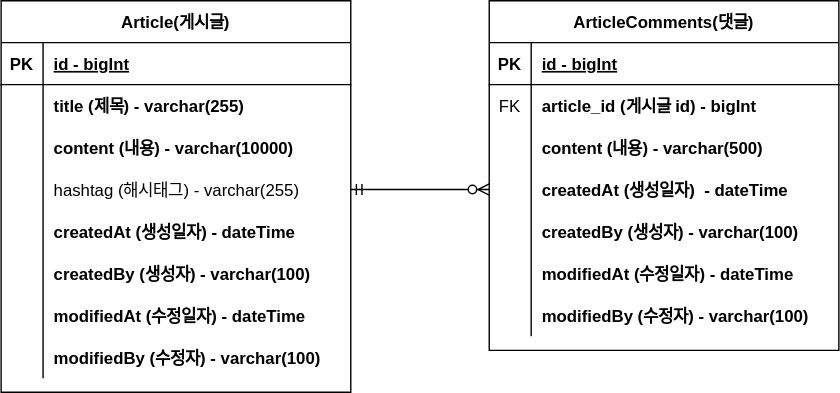
This is document/project-board-erd.svg from jerry3269/board, a draw.io export, as it was before one commit. Source tidied: cells renumbered, new cells last; positions are measured from the earlier drawing's top-left corner, leaving out a move shared by most shapes.
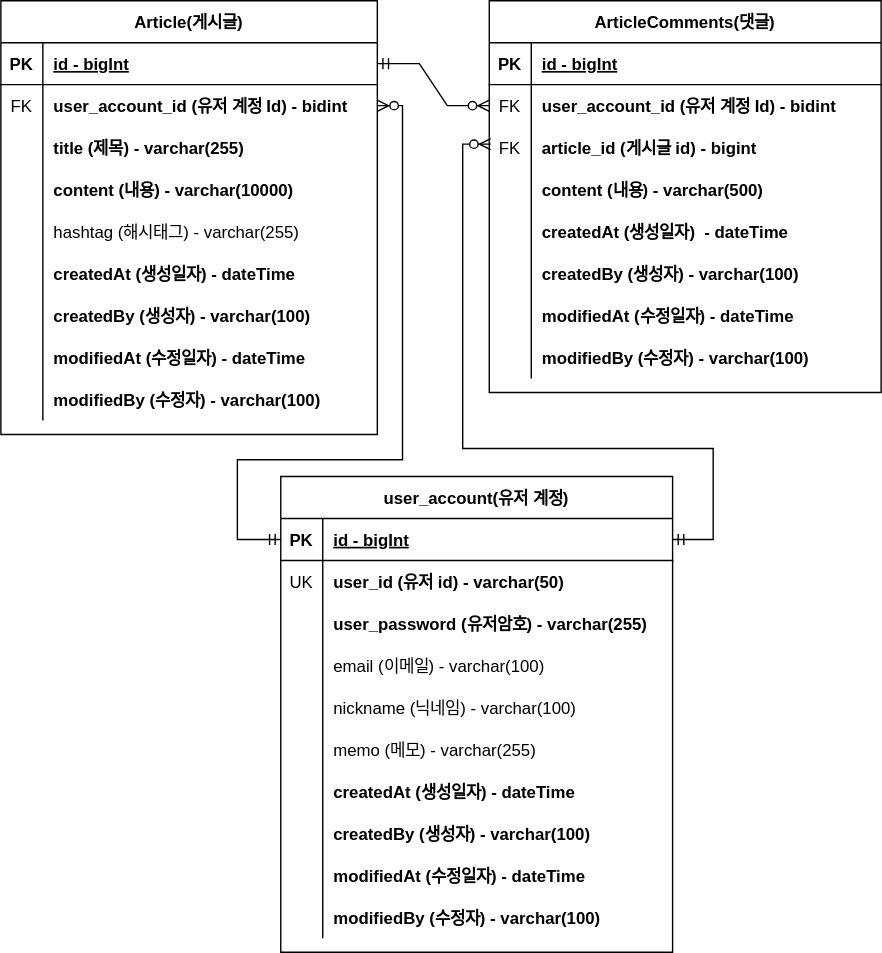
After the commit.

Commit message:
#18 - ERD 업데이트: user-account 추가

Change to the diagram source:
```diff
@@ -5,6 +5,6 @@
     <mxCell id="2" value="Article(게시글)" style="shape=table;startSize=30;rowLines=0;fontStyle=1;align=center;" parent="1" vertex="1">
-      <mxGeometry width="250" height="280" as="geometry" />
+      <mxGeometry width="269" height="310" as="geometry" />
     </mxCell>
     <mxCell id="3" style="shape=partialRectangle;fillColor=none;points=[[0,0.5],[1,0.5]];portConstraint=eastwest;top=0;left=0;right=0;bottom=1;fontStyle=1;" parent="2" vertex="1">
-      <mxGeometry y="30" width="250" height="30" as="geometry" />
+      <mxGeometry y="30" width="269" height="30" as="geometry" />
     </mxCell>
@@ -14,15 +14,24 @@
     <mxCell id="5" value="id - bigInt" style="shape=partialRectangle;overflow=hidden;fillColor=none;top=0;left=0;bottom=0;right=0;align=left;spacingLeft=6;fontStyle=5;" parent="3" vertex="1">
-      <mxGeometry x="30" width="220" height="30" as="geometry" />
+      <mxGeometry x="30" width="239" height="30" as="geometry" />
     </mxCell>
     <mxCell id="6" style="shape=partialRectangle;fillColor=none;top=0;left=0;right=0;bottom=0;fontStyle=1;" parent="2" vertex="1">
-      <mxGeometry y="60" width="250" height="30" as="geometry" />
+      <mxGeometry y="60" width="269" height="30" as="geometry" />
     </mxCell>
-    <mxCell id="7" style="shape=partialRectangle;overflow=hidden;fillColor=none;top=0;left=0;bottom=0;right=0;fontStyle=1;" parent="6" vertex="1">
+    <mxCell id="7" value="FK" style="shape=partialRectangle;overflow=hidden;fillColor=none;top=0;left=0;bottom=0;right=0;fontStyle=0;" parent="6" vertex="1">
       <mxGeometry width="30" height="30" as="geometry" />
     </mxCell>
-    <mxCell id="8" value="title (제목) - varchar(255)" style="shape=partialRectangle;overflow=hidden;fillColor=none;top=0;left=0;bottom=0;right=0;align=left;spacingLeft=6;fontStyle=1;" parent="6" vertex="1">
-      <mxGeometry x="30" width="220" height="30" as="geometry" />
+    <mxCell id="8" value="user_account_id (유저 계정 Id) - bidint" style="shape=partialRectangle;overflow=hidden;fillColor=none;top=0;left=0;bottom=0;right=0;align=left;spacingLeft=6;fontStyle=1;" parent="6" vertex="1">
+      <mxGeometry x="30" width="239" height="30" as="geometry" />
     </mxCell>
+    <mxCell id="50" style="shape=partialRectangle;fillColor=none;top=0;left=0;right=0;bottom=0;fontStyle=1;" parent="2" vertex="1">
+      <mxGeometry y="90" width="269" height="30" as="geometry" />
+    </mxCell>
+    <mxCell id="51" style="shape=partialRectangle;overflow=hidden;fillColor=none;top=0;left=0;bottom=0;right=0;fontStyle=1;" parent="50" vertex="1">
+      <mxGeometry width="30" height="30" as="geometry" />
+    </mxCell>
+    <mxCell id="52" value="title (제목) - varchar(255)" style="shape=partialRectangle;overflow=hidden;fillColor=none;top=0;left=0;bottom=0;right=0;align=left;spacingLeft=6;fontStyle=1;" parent="50" vertex="1">
+      <mxGeometry x="30" width="239" height="30" as="geometry" />
+    </mxCell>
     <mxCell id="9" style="shape=partialRectangle;fillColor=none;top=0;left=0;right=0;bottom=0;fontStyle=1;" parent="2" vertex="1">
-      <mxGeometry y="90" width="250" height="30" as="geometry" />
+      <mxGeometry y="120" width="269" height="30" as="geometry" />
     </mxCell>
@@ -32,6 +41,6 @@
     <mxCell id="11" value="content (내용) - varchar(10000)" style="shape=partialRectangle;overflow=hidden;fillColor=none;top=0;left=0;bottom=0;right=0;align=left;spacingLeft=6;fontStyle=1;" parent="9" vertex="1">
-      <mxGeometry x="30" width="220" height="30" as="geometry" />
+      <mxGeometry x="30" width="239" height="30" as="geometry" />
     </mxCell>
     <mxCell id="12" style="shape=partialRectangle;fillColor=none;points=[[0,0.5],[1,0.5]];portConstraint=eastwest;top=0;left=0;right=0;bottom=0;fontStyle=1;" parent="2" vertex="1">
-      <mxGeometry y="120" width="250" height="30" as="geometry" />
+      <mxGeometry y="150" width="269" height="30" as="geometry" />
     </mxCell>
@@ -41,6 +50,6 @@
     <mxCell id="14" value="hashtag (해시태그) - varchar(255)" style="shape=partialRectangle;overflow=hidden;fillColor=none;top=0;left=0;bottom=0;right=0;align=left;spacingLeft=6;fontStyle=0;" parent="12" vertex="1">
-      <mxGeometry x="30" width="220" height="30" as="geometry" />
+      <mxGeometry x="30" width="239" height="30" as="geometry" />
     </mxCell>
     <mxCell id="15" style="shape=partialRectangle;fillColor=none;top=0;left=0;right=0;bottom=0;fontStyle=1;" parent="2" vertex="1">
-      <mxGeometry y="150" width="250" height="30" as="geometry" />
+      <mxGeometry y="180" width="269" height="30" as="geometry" />
     </mxCell>
@@ -50,6 +59,6 @@
     <mxCell id="17" value="createdAt (생성일자) - dateTime" style="shape=partialRectangle;overflow=hidden;fillColor=none;top=0;left=0;bottom=0;right=0;align=left;spacingLeft=6;fontStyle=1;" parent="15" vertex="1">
-      <mxGeometry x="30" width="220" height="30" as="geometry" />
+      <mxGeometry x="30" width="239" height="30" as="geometry" />
     </mxCell>
     <mxCell id="18" style="shape=partialRectangle;fillColor=none;top=0;left=0;right=0;bottom=0;fontStyle=1;" parent="2" vertex="1">
-      <mxGeometry y="180" width="250" height="30" as="geometry" />
+      <mxGeometry y="210" width="269" height="30" as="geometry" />
     </mxCell>
@@ -59,6 +68,6 @@
     <mxCell id="20" value="createdBy (생성자) - varchar(100)" style="shape=partialRectangle;overflow=hidden;fillColor=none;top=0;left=0;bottom=0;right=0;align=left;spacingLeft=6;fontStyle=1;" parent="18" vertex="1">
-      <mxGeometry x="30" width="220" height="30" as="geometry" />
+      <mxGeometry x="30" width="239" height="30" as="geometry" />
     </mxCell>
     <mxCell id="21" style="shape=partialRectangle;fillColor=none;top=0;left=0;right=0;bottom=0;fontStyle=1;" parent="2" vertex="1">
-      <mxGeometry y="210" width="250" height="30" as="geometry" />
+      <mxGeometry y="240" width="269" height="30" as="geometry" />
     </mxCell>
@@ -68,6 +77,6 @@
     <mxCell id="23" value="modifiedAt (수정일자) - dateTime" style="shape=partialRectangle;overflow=hidden;fillColor=none;top=0;left=0;bottom=0;right=0;align=left;spacingLeft=6;fontStyle=1;" parent="21" vertex="1">
-      <mxGeometry x="30" width="220" height="30" as="geometry" />
+      <mxGeometry x="30" width="239" height="30" as="geometry" />
     </mxCell>
     <mxCell id="24" style="shape=partialRectangle;fillColor=none;top=0;left=0;right=0;bottom=0;fontStyle=1;" parent="2" vertex="1">
-      <mxGeometry y="240" width="250" height="30" as="geometry" />
+      <mxGeometry y="270" width="269" height="30" as="geometry" />
     </mxCell>
@@ -77,9 +86,9 @@
     <mxCell id="26" value="modifiedBy (수정자) - varchar(100)" style="shape=partialRectangle;overflow=hidden;fillColor=none;top=0;left=0;bottom=0;right=0;align=left;spacingLeft=6;fontStyle=1;" parent="24" vertex="1">
-      <mxGeometry x="30" width="220" height="30" as="geometry" />
+      <mxGeometry x="30" width="239" height="30" as="geometry" />
     </mxCell>
     <mxCell id="27" value="ArticleComments(댓글)" style="shape=table;startSize=30;rowLines=0;fontStyle=1;align=center;" parent="1" vertex="1">
-      <mxGeometry x="349" width="250" height="250" as="geometry" />
+      <mxGeometry x="349" width="280" height="280" as="geometry" />
     </mxCell>
     <mxCell id="28" style="shape=partialRectangle;fillColor=none;top=0;left=0;right=0;bottom=1;fontStyle=1;" parent="27" vertex="1">
-      <mxGeometry y="30" width="250" height="30" as="geometry" />
+      <mxGeometry y="30" width="280" height="30" as="geometry" />
     </mxCell>
@@ -89,6 +98,6 @@
     <mxCell id="30" value="id - bigInt" style="shape=partialRectangle;overflow=hidden;fillColor=none;top=0;left=0;bottom=0;right=0;align=left;spacingLeft=6;fontStyle=5;" parent="28" vertex="1">
-      <mxGeometry x="30" width="220" height="30" as="geometry" />
+      <mxGeometry x="30" width="250" height="30" as="geometry" />
     </mxCell>
     <mxCell id="31" style="shape=partialRectangle;fillColor=none;points=[[0,0.5],[1,0.5]];portConstraint=eastwest;top=0;left=0;right=0;bottom=0;fontStyle=1;" parent="27" vertex="1">
-      <mxGeometry y="60" width="250" height="30" as="geometry" />
+      <mxGeometry y="60" width="280" height="30" as="geometry" />
     </mxCell>
@@ -97,7 +106,16 @@
     </mxCell>
-    <mxCell id="33" value="article_id (게시글 id) - bigInt" style="shape=partialRectangle;overflow=hidden;fillColor=none;top=0;left=0;bottom=0;right=0;align=left;spacingLeft=6;fontStyle=1;" parent="31" vertex="1">
-      <mxGeometry x="30" width="220" height="30" as="geometry" />
+    <mxCell id="33" value="user_account_id (유저 계정 Id) - bidint" style="shape=partialRectangle;overflow=hidden;fillColor=none;top=0;left=0;bottom=0;right=0;align=left;spacingLeft=6;fontStyle=1;" parent="31" vertex="1">
+      <mxGeometry x="30" width="250" height="30" as="geometry" />
     </mxCell>
+    <mxCell id="53" style="shape=partialRectangle;fillColor=none;top=0;left=0;right=0;bottom=0;fontStyle=1;" parent="27" vertex="1">
+      <mxGeometry y="90" width="280" height="30" as="geometry" />
+    </mxCell>
+    <mxCell id="54" value="FK" style="shape=partialRectangle;overflow=hidden;fillColor=none;top=0;left=0;bottom=0;right=0;fontStyle=0;" parent="53" vertex="1">
+      <mxGeometry width="30" height="30" as="geometry" />
+    </mxCell>
+    <mxCell id="55" value="article_id (게시글 id) - bigint" style="shape=partialRectangle;overflow=hidden;fillColor=none;top=0;left=0;bottom=0;right=0;align=left;spacingLeft=6;fontStyle=1;" parent="53" vertex="1">
+      <mxGeometry x="30" width="250" height="30" as="geometry" />
+    </mxCell>
     <mxCell id="34" style="shape=partialRectangle;fillColor=none;top=0;left=0;right=0;bottom=0;fontStyle=1;" parent="27" vertex="1">
-      <mxGeometry y="90" width="250" height="30" as="geometry" />
+      <mxGeometry y="120" width="280" height="30" as="geometry" />
     </mxCell>
@@ -107,6 +125,6 @@
     <mxCell id="36" value="content (내용) - varchar(500)" style="shape=partialRectangle;overflow=hidden;fillColor=none;top=0;left=0;bottom=0;right=0;align=left;spacingLeft=6;fontStyle=1;" parent="34" vertex="1">
-      <mxGeometry x="30" width="220" height="30" as="geometry" />
+      <mxGeometry x="30" width="250" height="30" as="geometry" />
     </mxCell>
     <mxCell id="37" style="shape=partialRectangle;fillColor=none;points=[[0,0.5],[1,0.5]];portConstraint=eastwest;top=0;left=0;right=0;bottom=0;fontStyle=1;" parent="27" vertex="1">
-      <mxGeometry y="120" width="250" height="30" as="geometry" />
+      <mxGeometry y="150" width="280" height="30" as="geometry" />
     </mxCell>
@@ -116,6 +134,6 @@
     <mxCell id="39" value="createdAt (생성일자)  - dateTime" style="shape=partialRectangle;overflow=hidden;fillColor=none;top=0;left=0;bottom=0;right=0;align=left;spacingLeft=6;fontStyle=1;" parent="37" vertex="1">
-      <mxGeometry x="30" width="220" height="30" as="geometry" />
+      <mxGeometry x="30" width="250" height="30" as="geometry" />
     </mxCell>
     <mxCell id="40" style="shape=partialRectangle;fillColor=none;top=0;left=0;right=0;bottom=0;fontStyle=1;" parent="27" vertex="1">
-      <mxGeometry y="150" width="250" height="30" as="geometry" />
+      <mxGeometry y="180" width="280" height="30" as="geometry" />
     </mxCell>
@@ -125,6 +143,6 @@
     <mxCell id="42" value="createdBy (생성자) - varchar(100)" style="shape=partialRectangle;overflow=hidden;fillColor=none;top=0;left=0;bottom=0;right=0;align=left;spacingLeft=6;fontStyle=1;" parent="40" vertex="1">
-      <mxGeometry x="30" width="220" height="30" as="geometry" />
+      <mxGeometry x="30" width="250" height="30" as="geometry" />
     </mxCell>
     <mxCell id="43" style="shape=partialRectangle;fillColor=none;top=0;left=0;right=0;bottom=0;fontStyle=1;" parent="27" vertex="1">
-      <mxGeometry y="180" width="250" height="30" as="geometry" />
+      <mxGeometry y="210" width="280" height="30" as="geometry" />
     </mxCell>
@@ -134,6 +152,6 @@
     <mxCell id="45" value="modifiedAt (수정일자) - dateTime" style="shape=partialRectangle;overflow=hidden;fillColor=none;top=0;left=0;bottom=0;right=0;align=left;spacingLeft=6;fontStyle=1;" parent="43" vertex="1">
-      <mxGeometry x="30" width="220" height="30" as="geometry" />
+      <mxGeometry x="30" width="250" height="30" as="geometry" />
     </mxCell>
     <mxCell id="46" style="shape=partialRectangle;fillColor=none;top=0;left=0;right=0;bottom=0;fontStyle=1;" parent="27" vertex="1">
-      <mxGeometry y="210" width="250" height="30" as="geometry" />
+      <mxGeometry y="240" width="280" height="30" as="geometry" />
     </mxCell>
@@ -143,5 +161,5 @@
     <mxCell id="48" value="modifiedBy (수정자) - varchar(100)" style="shape=partialRectangle;overflow=hidden;fillColor=none;top=0;left=0;bottom=0;right=0;align=left;spacingLeft=6;fontStyle=1;" parent="46" vertex="1">
-      <mxGeometry x="30" width="220" height="30" as="geometry" />
+      <mxGeometry x="30" width="250" height="30" as="geometry" />
     </mxCell>
-    <mxCell id="49" style="edgeStyle=entityRelationEdgeStyle;fontSize=12;html=1;endArrow=ERzeroToMany;startArrow=ERmandOne;rounded=0;exitX=1;exitY=0.5;exitDx=0;exitDy=0;entryX=0;entryY=0.5;entryDx=0;entryDy=0;" parent="1" edge="1" source="12" target="37">
+    <mxCell id="49" style="edgeStyle=entityRelationEdgeStyle;fontSize=12;html=1;endArrow=ERzeroToMany;startArrow=ERmandOne;rounded=0;exitX=1;exitY=0.5;exitDx=0;exitDy=0;entryX=0;entryY=0.5;entryDx=0;entryDy=0;" parent="1" edge="1" source="3" target="31">
       <mxGeometry relative="1" as="geometry">
@@ -152,2 +170,117 @@
     </mxCell>
+    <mxCell id="56" value="user_account(유저 계정)" style="shape=table;startSize=30;rowLines=0;fontStyle=1;align=center;" parent="1" vertex="1">
+      <mxGeometry x="200" y="340" width="280" height="340" as="geometry" />
+    </mxCell>
+    <mxCell id="57" style="shape=partialRectangle;fillColor=none;points=[[0,0.5],[1,0.5]];portConstraint=eastwest;top=0;left=0;right=0;bottom=1;fontStyle=1;" parent="56" vertex="1">
+      <mxGeometry y="30" width="280" height="30" as="geometry" />
+    </mxCell>
+    <mxCell id="58" value="PK" style="shape=partialRectangle;overflow=hidden;fillColor=none;top=0;left=0;bottom=0;right=0;fontStyle=1;" parent="57" vertex="1">
+      <mxGeometry width="30" height="30" as="geometry" />
+    </mxCell>
+    <mxCell id="59" value="id - bigInt" style="shape=partialRectangle;overflow=hidden;fillColor=none;top=0;left=0;bottom=0;right=0;align=left;spacingLeft=6;fontStyle=5;" parent="57" vertex="1">
+      <mxGeometry x="30" width="250" height="30" as="geometry" />
+    </mxCell>
+    <mxCell id="60" style="shape=partialRectangle;fillColor=none;top=0;left=0;right=0;bottom=0;fontStyle=1;" parent="56" vertex="1">
+      <mxGeometry y="60" width="280" height="30" as="geometry" />
+    </mxCell>
+    <mxCell id="61" value="UK" style="shape=partialRectangle;overflow=hidden;fillColor=none;top=0;left=0;bottom=0;right=0;fontStyle=0;" parent="60" vertex="1">
+      <mxGeometry width="30" height="30" as="geometry" />
+    </mxCell>
+    <mxCell id="62" value="user_id (유저 id) - varchar(50)" style="shape=partialRectangle;overflow=hidden;fillColor=none;top=0;left=0;bottom=0;right=0;align=left;spacingLeft=6;fontStyle=1;" parent="60" vertex="1">
+      <mxGeometry x="30" width="250" height="30" as="geometry" />
+    </mxCell>
+    <mxCell id="63" style="shape=partialRectangle;fillColor=none;top=0;left=0;right=0;bottom=0;fontStyle=1;" parent="56" vertex="1">
+      <mxGeometry y="90" width="280" height="30" as="geometry" />
+    </mxCell>
+    <mxCell id="64" style="shape=partialRectangle;overflow=hidden;fillColor=none;top=0;left=0;bottom=0;right=0;fontStyle=1;" parent="63" vertex="1">
+      <mxGeometry width="30" height="30" as="geometry" />
+    </mxCell>
+    <mxCell id="65" value="user_password (유저암호) - varchar(255)" style="shape=partialRectangle;overflow=hidden;fillColor=none;top=0;left=0;bottom=0;right=0;align=left;spacingLeft=6;fontStyle=1;" parent="63" vertex="1">
+      <mxGeometry x="30" width="250" height="30" as="geometry" />
+    </mxCell>
+    <mxCell id="66" style="shape=partialRectangle;fillColor=none;top=0;left=0;right=0;bottom=0;fontStyle=1;" parent="56" vertex="1">
+      <mxGeometry y="120" width="280" height="30" as="geometry" />
+    </mxCell>
+    <mxCell id="67" style="shape=partialRectangle;overflow=hidden;fillColor=none;top=0;left=0;bottom=0;right=0;fontStyle=1;" parent="66" vertex="1">
+      <mxGeometry width="30" height="30" as="geometry" />
+    </mxCell>
+    <mxCell id="68" value="email (이메일) - varchar(100)" style="shape=partialRectangle;overflow=hidden;fillColor=none;top=0;left=0;bottom=0;right=0;align=left;spacingLeft=6;fontStyle=0;" parent="66" vertex="1">
+      <mxGeometry x="30" width="250" height="30" as="geometry" />
+    </mxCell>
+    <mxCell id="69" style="shape=partialRectangle;fillColor=none;top=0;left=0;right=0;bottom=0;fontStyle=1;" parent="56" vertex="1">
+      <mxGeometry y="150" width="280" height="30" as="geometry" />
+    </mxCell>
+    <mxCell id="70" style="shape=partialRectangle;overflow=hidden;fillColor=none;top=0;left=0;bottom=0;right=0;fontStyle=1;" parent="69" vertex="1">
+      <mxGeometry width="30" height="30" as="geometry" />
+    </mxCell>
+    <mxCell id="71" value="nickname (닉네임) - varchar(100)" style="shape=partialRectangle;overflow=hidden;fillColor=none;top=0;left=0;bottom=0;right=0;align=left;spacingLeft=6;fontStyle=0;" parent="69" vertex="1">
+      <mxGeometry x="30" width="250" height="30" as="geometry" />
+    </mxCell>
+    <mxCell id="72" style="shape=partialRectangle;fillColor=none;top=0;left=0;right=0;bottom=0;fontStyle=1;" parent="56" vertex="1">
+      <mxGeometry y="180" width="280" height="30" as="geometry" />
+    </mxCell>
+    <mxCell id="73" style="shape=partialRectangle;overflow=hidden;fillColor=none;top=0;left=0;bottom=0;right=0;fontStyle=1;" parent="72" vertex="1">
+      <mxGeometry width="30" height="30" as="geometry" />
+    </mxCell>
+    <mxCell id="74" value="memo (메모) - varchar(255)" style="shape=partialRectangle;overflow=hidden;fillColor=none;top=0;left=0;bottom=0;right=0;align=left;spacingLeft=6;fontStyle=0;" parent="72" vertex="1">
+      <mxGeometry x="30" width="250" height="30" as="geometry" />
+    </mxCell>
+    <mxCell id="75" style="shape=partialRectangle;fillColor=none;top=0;left=0;right=0;bottom=0;fontStyle=1;" parent="56" vertex="1">
+      <mxGeometry y="210" width="280" height="30" as="geometry" />
+    </mxCell>
+    <mxCell id="76" style="shape=partialRectangle;overflow=hidden;fillColor=none;top=0;left=0;bottom=0;right=0;fontStyle=1;" parent="75" vertex="1">
+      <mxGeometry width="30" height="30" as="geometry" />
+    </mxCell>
+    <mxCell id="77" value="createdAt (생성일자) - dateTime" style="shape=partialRectangle;overflow=hidden;fillColor=none;top=0;left=0;bottom=0;right=0;align=left;spacingLeft=6;fontStyle=1;" parent="75" vertex="1">
+      <mxGeometry x="30" width="250" height="30" as="geometry" />
+    </mxCell>
+    <mxCell id="78" style="shape=partialRectangle;fillColor=none;top=0;left=0;right=0;bottom=0;fontStyle=1;" parent="56" vertex="1">
+      <mxGeometry y="240" width="280" height="30" as="geometry" />
+    </mxCell>
+    <mxCell id="79" style="shape=partialRectangle;overflow=hidden;fillColor=none;top=0;left=0;bottom=0;right=0;fontStyle=1;" parent="78" vertex="1">
+      <mxGeometry width="30" height="30" as="geometry" />
+    </mxCell>
+    <mxCell id="80" value="createdBy (생성자) - varchar(100)" style="shape=partialRectangle;overflow=hidden;fillColor=none;top=0;left=0;bottom=0;right=0;align=left;spacingLeft=6;fontStyle=1;" parent="78" vertex="1">
+      <mxGeometry x="30" width="250" height="30" as="geometry" />
+    </mxCell>
+    <mxCell id="81" style="shape=partialRectangle;fillColor=none;top=0;left=0;right=0;bottom=0;fontStyle=1;" parent="56" vertex="1">
+      <mxGeometry y="270" width="280" height="30" as="geometry" />
+    </mxCell>
+    <mxCell id="82" style="shape=partialRectangle;overflow=hidden;fillColor=none;top=0;left=0;bottom=0;right=0;fontStyle=1;" parent="81" vertex="1">
+      <mxGeometry width="30" height="30" as="geometry" />
+    </mxCell>
+    <mxCell id="83" value="modifiedAt (수정일자) - dateTime" style="shape=partialRectangle;overflow=hidden;fillColor=none;top=0;left=0;bottom=0;right=0;align=left;spacingLeft=6;fontStyle=1;" parent="81" vertex="1">
+      <mxGeometry x="30" width="250" height="30" as="geometry" />
+    </mxCell>
+    <mxCell id="84" style="shape=partialRectangle;fillColor=none;top=0;left=0;right=0;bottom=0;fontStyle=1;" parent="56" vertex="1">
+      <mxGeometry y="300" width="280" height="30" as="geometry" />
+    </mxCell>
+    <mxCell id="85" style="shape=partialRectangle;overflow=hidden;fillColor=none;top=0;left=0;bottom=0;right=0;fontStyle=1;" parent="84" vertex="1">
+      <mxGeometry width="30" height="30" as="geometry" />
+    </mxCell>
+    <mxCell id="86" value="modifiedBy (수정자) - varchar(100)" style="shape=partialRectangle;overflow=hidden;fillColor=none;top=0;left=0;bottom=0;right=0;align=left;spacingLeft=6;fontStyle=1;" parent="84" vertex="1">
+      <mxGeometry x="30" width="250" height="30" as="geometry" />
+    </mxCell>
+    <mxCell id="87" style="edgeStyle=orthogonalEdgeStyle;fontSize=12;html=1;endArrow=ERzeroToMany;startArrow=ERmandOne;rounded=0;entryX=0;entryY=0.5;entryDx=0;entryDy=0;exitX=1;exitY=0.5;exitDx=0;exitDy=0;" parent="1" edge="1" source="57">
+      <mxGeometry relative="1" as="geometry">
+        <mxPoint x="350" y="102.5" as="targetPoint" />
+        <Array as="points">
+          <mxPoint x="509" y="385" />
+          <mxPoint x="509" y="320" />
+          <mxPoint x="330" y="320" />
+          <mxPoint x="330" y="103" />
+        </Array>
+      </mxGeometry>
+    </mxCell>
+    <mxCell id="88" style="edgeStyle=orthogonalEdgeStyle;fontSize=12;html=1;endArrow=ERzeroToMany;startArrow=ERmandOne;rounded=0;entryX=1;entryY=0.5;entryDx=0;entryDy=0;exitX=0;exitY=0.5;exitDx=0;exitDy=0;" parent="1" edge="1" source="57">
+      <mxGeometry relative="1" as="geometry">
+        <mxPoint x="269" y="75" as="targetPoint" />
+        <Array as="points">
+          <mxPoint x="169" y="385" />
+          <mxPoint x="169" y="328" />
+          <mxPoint x="287" y="328" />
+          <mxPoint x="287" y="75" />
+        </Array>
+      </mxGeometry>
+    </mxCell>
   </root>
```
